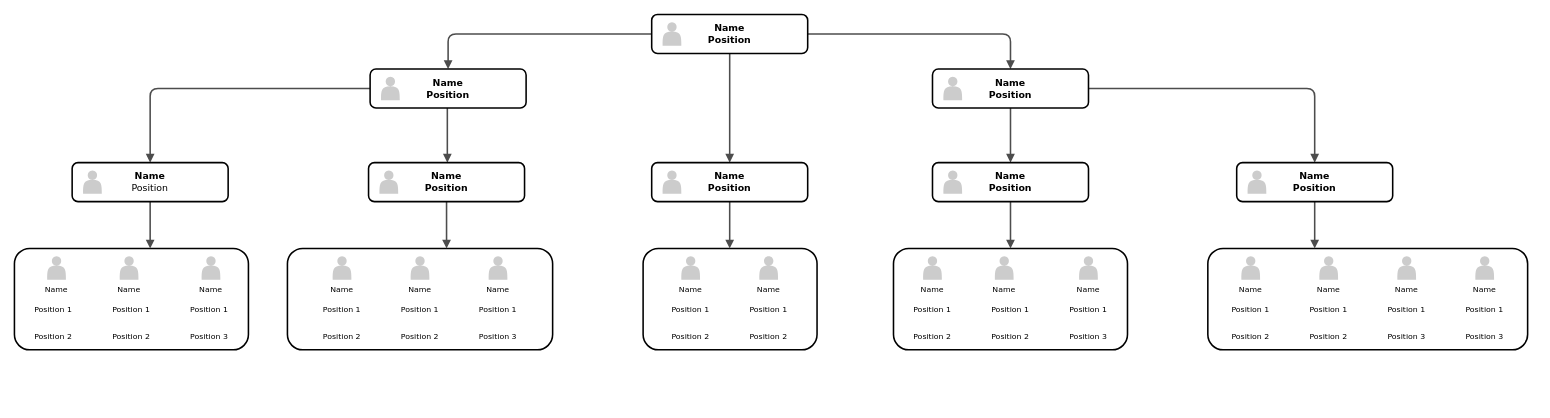
This is vcenter topo.drawio from shariashaari/Diagrams, a draw.io file, before an edit. Source tidied: cells renumbered, new cells numbered last; positions are measured from the earlier drawing's top-left corner, leaving out a move shared by most shapes. Both pictures are drawn from the tidied source at 78%, with x=0, y=0 at pixel (14, 14).
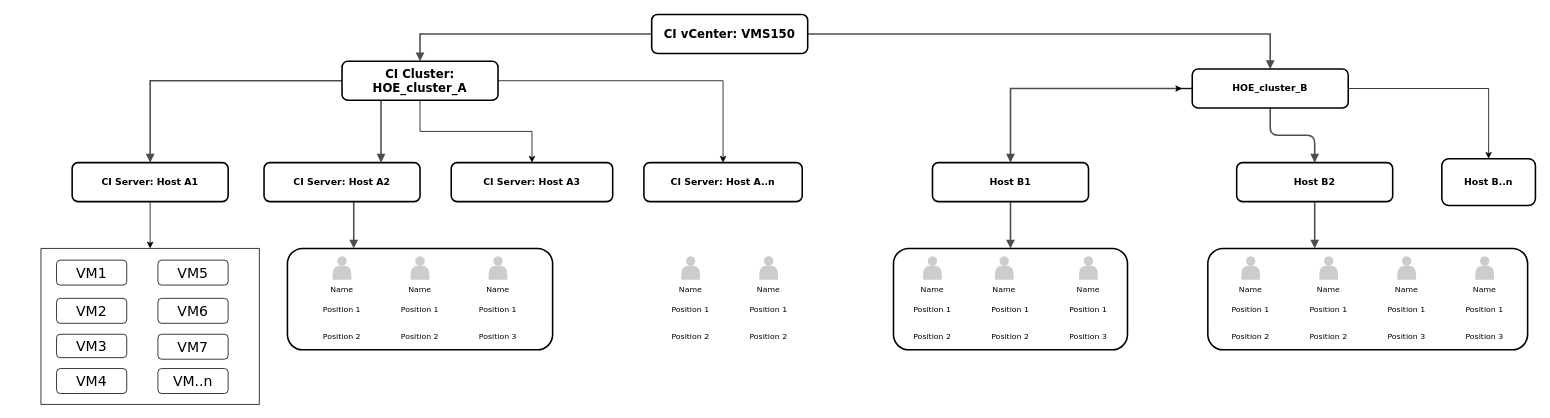
The same page after the edit.

Change to the diagram source:
```diff
@@
-    <mxCell id="2" style="whiteSpace=wrap;html=1;rounded=1;shadow=0;comic=0;strokeWidth=2;fontFamily=Verdana;align=center;fontSize=10;" parent="1" vertex="1">
-      <mxGeometry y="300" width="300" height="130" as="geometry" />
-    </mxCell>
-    <mxCell id="3" value="Name" style="shape=actor;whiteSpace=wrap;html=1;rounded=0;shadow=0;comic=0;strokeWidth=1;fillColor=#CCCCCC;fontFamily=Verdana;align=center;strokeColor=none;labelPosition=center;verticalLabelPosition=bottom;verticalAlign=top;fontSize=10;" parent="1" vertex="1">
-      <mxGeometry x="42" y="310" width="24" height="30" as="geometry" />
-    </mxCell>
-    <mxCell id="4" value="Name" style="shape=actor;whiteSpace=wrap;html=1;rounded=0;shadow=0;comic=0;strokeWidth=1;fillColor=#CCCCCC;fontFamily=Verdana;align=center;strokeColor=none;labelPosition=center;verticalLabelPosition=bottom;verticalAlign=top;fontSize=10;" parent="1" vertex="1">
-      <mxGeometry x="135" y="310" width="24" height="30" as="geometry" />
-    </mxCell>
-    <mxCell id="5" value="Name" style="shape=actor;whiteSpace=wrap;html=1;rounded=0;shadow=0;comic=0;strokeWidth=1;fillColor=#CCCCCC;fontFamily=Verdana;align=center;strokeColor=none;labelPosition=center;verticalLabelPosition=bottom;verticalAlign=top;fontSize=10;" parent="1" vertex="1">
-      <mxGeometry x="240" y="310" width="24" height="30" as="geometry" />
-    </mxCell>
@@
-    <mxCell id="9" style="whiteSpace=wrap;html=1;rounded=1;shadow=0;comic=0;strokeWidth=2;fontFamily=Verdana;align=center;fontSize=10;" parent="1" vertex="1">
-      <mxGeometry x="806" y="300" width="223" height="130" as="geometry" />
-    </mxCell>
@@
-    <mxCell id="19" style="edgeStyle=orthogonalEdgeStyle;rounded=1;html=1;labelBackgroundColor=none;endArrow=block;endFill=1;strokeColor=#4D4D4D;strokeWidth=2;fontFamily=Verdana;fontSize=12;fontStyle=1;" parent="1" edge="1" source="72" target="70">
-      <mxGeometry relative="1" as="geometry" />
-    </mxCell>
-    <mxCell id="20" style="edgeStyle=orthogonalEdgeStyle;rounded=1;html=1;labelBackgroundColor=none;endArrow=block;endFill=1;strokeColor=#4D4D4D;strokeWidth=2;fontFamily=Verdana;fontSize=12;fontStyle=1;" parent="1" edge="1" source="72" target="66">
+    <mxCell id="20" style="edgeStyle=orthogonalEdgeStyle;rounded=0;html=1;labelBackgroundColor=none;endArrow=block;endFill=1;strokeColor=#4D4D4D;strokeWidth=2;fontFamily=Verdana;fontSize=12;fontStyle=1;" parent="1" edge="1" source="72" target="66">
       <mxGeometry relative="1" as="geometry" />
     </mxCell>
-    <mxCell id="21" style="edgeStyle=orthogonalEdgeStyle;rounded=1;html=1;labelBackgroundColor=none;endArrow=block;endFill=1;strokeColor=#4D4D4D;strokeWidth=2;fontFamily=Verdana;fontSize=12;fontStyle=1;" parent="1" edge="1" source="72" target="74">
+    <mxCell id="21" style="edgeStyle=orthogonalEdgeStyle;rounded=0;html=1;labelBackgroundColor=none;endArrow=block;endFill=1;strokeColor=#4D4D4D;strokeWidth=2;fontFamily=Verdana;fontSize=12;fontStyle=1;" parent="1" edge="1" source="72" target="74">
       <mxGeometry relative="1" as="geometry" />
     </mxCell>
-    <mxCell id="22" style="edgeStyle=elbowEdgeStyle;rounded=1;html=1;labelBackgroundColor=none;endArrow=block;endFill=1;strokeColor=#4D4D4D;strokeWidth=2;fontFamily=Verdana;fontSize=12;fontStyle=1;" parent="1" edge="1" source="66" target="68">
+    <mxCell id="22" style="edgeStyle=elbowEdgeStyle;rounded=0;html=1;labelBackgroundColor=none;endArrow=block;endFill=1;strokeColor=#4D4D4D;strokeWidth=2;fontFamily=Verdana;fontSize=12;fontStyle=1;" parent="1" edge="1" source="66" target="68">
       <mxGeometry relative="1" as="geometry" />
     </mxCell>
-    <mxCell id="23" style="edgeStyle=orthogonalEdgeStyle;rounded=1;html=1;labelBackgroundColor=none;endArrow=block;endFill=1;strokeColor=#4D4D4D;strokeWidth=2;fontFamily=Verdana;fontSize=12;fontStyle=1;" parent="1" edge="1" source="66" target="64">
+    <mxCell id="23" style="edgeStyle=orthogonalEdgeStyle;rounded=0;html=1;labelBackgroundColor=none;endArrow=block;endFill=1;strokeColor=#4D4D4D;strokeWidth=2;fontFamily=Verdana;fontSize=12;fontStyle=1;" parent="1" edge="1" source="66" target="64">
       <mxGeometry relative="1" as="geometry" />
     </mxCell>
@@
-    <mxCell id="25" style="edgeStyle=orthogonalEdgeStyle;rounded=1;html=1;labelBackgroundColor=none;endArrow=block;endFill=1;strokeColor=#4D4D4D;strokeWidth=2;fontFamily=Verdana;fontSize=12;fontStyle=1;" parent="1" edge="1" source="74" target="76">
+    <mxCell id="25" style="edgeStyle=orthogonalEdgeStyle;rounded=0;html=1;labelBackgroundColor=none;endArrow=block;endFill=1;strokeColor=#4D4D4D;strokeWidth=2;fontFamily=Verdana;fontSize=12;fontStyle=1;" parent="1" edge="1" source="74" target="76">
       <mxGeometry relative="1" as="geometry" />
     </mxCell>
@@
-    <mxCell id="28" style="edgeStyle=elbowEdgeStyle;rounded=1;html=1;labelBackgroundColor=none;endArrow=block;endFill=1;strokeColor=#4D4D4D;strokeWidth=2;fontFamily=Verdana;fontSize=10;" parent="1" edge="1" source="70" target="9">
-      <mxGeometry relative="1" as="geometry" />
-    </mxCell>
@@
-    <mxCell id="30" style="edgeStyle=elbowEdgeStyle;rounded=1;html=1;labelBackgroundColor=none;endArrow=block;endFill=1;strokeColor=#4D4D4D;strokeWidth=2;fontFamily=Verdana;fontSize=10;" parent="1" edge="1" source="64" target="2">
-      <mxGeometry relative="1" as="geometry" />
-    </mxCell>
-    <mxCell id="31" value="Position 1" style="text;html=1;strokeColor=none;fillColor=none;align=center;verticalAlign=middle;whiteSpace=wrap;rounded=1;shadow=0;comic=0;fontFamily=Verdana;fontSize=10;" parent="1" vertex="1">
-      <mxGeometry x="5" y="365" width="90" height="25" as="geometry" />
-    </mxCell>
-    <mxCell id="32" value="Position 1" style="text;html=1;strokeColor=none;fillColor=none;align=center;verticalAlign=middle;whiteSpace=wrap;rounded=1;shadow=0;comic=0;fontFamily=Verdana;fontSize=10;" parent="1" vertex="1">
-      <mxGeometry x="105" y="365" width="90" height="25" as="geometry" />
-    </mxCell>
-    <mxCell id="33" value="Position 1" style="text;html=1;strokeColor=none;fillColor=none;align=center;verticalAlign=middle;whiteSpace=wrap;rounded=1;shadow=0;comic=0;fontFamily=Verdana;fontSize=10;" parent="1" vertex="1">
-      <mxGeometry x="205" y="365" width="90" height="25" as="geometry" />
-    </mxCell>
-    <mxCell id="34" value="Position 2" style="text;html=1;strokeColor=none;fillColor=none;align=center;verticalAlign=middle;whiteSpace=wrap;rounded=1;shadow=0;comic=0;fontFamily=Verdana;fontSize=10;" parent="1" vertex="1">
-      <mxGeometry x="5" y="400" width="90" height="25" as="geometry" />
-    </mxCell>
-    <mxCell id="35" value="Position 2" style="text;html=1;strokeColor=none;fillColor=none;align=center;verticalAlign=middle;whiteSpace=wrap;rounded=1;shadow=0;comic=0;fontFamily=Verdana;fontSize=10;" parent="1" vertex="1">
-      <mxGeometry x="105" y="400" width="90" height="25" as="geometry" />
-    </mxCell>
-    <mxCell id="36" value="Position 3" style="text;html=1;strokeColor=none;fillColor=none;align=center;verticalAlign=middle;whiteSpace=wrap;rounded=1;shadow=0;comic=0;fontFamily=Verdana;fontSize=10;" parent="1" vertex="1">
-      <mxGeometry x="205" y="400" width="90" height="25" as="geometry" />
-    </mxCell>
@@
-    <mxCell id="64" value="&lt;span&gt;Name&lt;/span&gt;&lt;div&gt;&lt;span style=&quot;font-weight: normal&quot;&gt;Position&lt;/span&gt;&lt;/div&gt;" style="whiteSpace=wrap;html=1;rounded=1;shadow=0;comic=0;strokeWidth=2;fontFamily=Verdana;align=center;fontSize=12;fontStyle=1;" parent="1" vertex="1">
+    <mxCell id="64" value="CI Server: Host A1" style="whiteSpace=wrap;html=1;rounded=1;shadow=0;comic=0;strokeWidth=2;fontFamily=Verdana;align=center;fontSize=12;fontStyle=1;" parent="1" vertex="1">
       <mxGeometry x="74" y="190" width="200" height="50" as="geometry" />
     </mxCell>
-    <mxCell id="65" style="shape=actor;whiteSpace=wrap;html=1;rounded=0;shadow=0;comic=0;strokeWidth=1;fillColor=#CCCCCC;fontFamily=Verdana;align=center;strokeColor=none;fontSize=12;fontStyle=1;" parent="1" vertex="1">
-      <mxGeometry x="88" y="200" width="24" height="30" as="geometry" />
-    </mxCell>
+    <mxCell id="80" style="edgeStyle=orthogonalEdgeStyle;rounded=0;jettySize=auto;html=1;" parent="1" edge="1" source="66" target="84">
+      <mxGeometry relative="1" as="geometry" />
+    </mxCell>
+    <mxCell id="81" style="edgeStyle=orthogonalEdgeStyle;rounded=0;jettySize=auto;html=1;" parent="1" edge="1" source="66" target="85">
+      <mxGeometry relative="1" as="geometry" />
+    </mxCell>
-    <mxCell id="66" value="Name&lt;div&gt;&lt;span&gt;Position&lt;/span&gt;&lt;/div&gt;" style="whiteSpace=wrap;html=1;rounded=1;shadow=0;comic=0;strokeWidth=2;fontFamily=Verdana;align=center;fontSize=12;fontStyle=1;" parent="1" vertex="1">
-      <mxGeometry x="456" y="70" width="200" height="50" as="geometry" />
+    <mxCell id="66" value="CI Cluster: HOE_cluster_A" style="whiteSpace=wrap;html=1;rounded=1;shadow=0;comic=0;strokeWidth=2;fontFamily=Verdana;align=center;fontSize=15;fontStyle=1;" parent="1" vertex="1">
+      <mxGeometry x="420" y="60" width="200" height="50" as="geometry" />
     </mxCell>
-    <mxCell id="67" style="shape=actor;whiteSpace=wrap;html=1;rounded=0;shadow=0;comic=0;strokeWidth=1;fillColor=#CCCCCC;fontFamily=Verdana;align=center;strokeColor=none;fontSize=12;fontStyle=1;" parent="1" vertex="1">
-      <mxGeometry x="470" y="80" width="24" height="30" as="geometry" />
-    </mxCell>
-    <mxCell id="68" value="Name&lt;div&gt;&lt;span&gt;Position&lt;/span&gt;&lt;/div&gt;" style="whiteSpace=wrap;html=1;rounded=1;shadow=0;comic=0;strokeWidth=2;fontFamily=Verdana;align=center;fontSize=12;fontStyle=1;" parent="1" vertex="1">
-      <mxGeometry x="454" y="190" width="200" height="50" as="geometry" />
+    <mxCell id="68" value="CI Server: Host A2" style="whiteSpace=wrap;html=1;rounded=1;shadow=0;comic=0;strokeWidth=2;fontFamily=Verdana;align=center;fontSize=12;fontStyle=1;" parent="1" vertex="1">
+      <mxGeometry x="320" y="190" width="200" height="50" as="geometry" />
     </mxCell>
-    <mxCell id="69" style="shape=actor;whiteSpace=wrap;html=1;rounded=0;shadow=0;comic=0;strokeWidth=1;fillColor=#CCCCCC;fontFamily=Verdana;align=center;strokeColor=none;fontSize=12;fontStyle=1;" parent="1" vertex="1">
-      <mxGeometry x="468" y="200" width="24" height="30" as="geometry" />
-    </mxCell>
-    <mxCell id="70" value="Name&lt;div&gt;&lt;span&gt;Position&lt;/span&gt;&lt;/div&gt;" style="whiteSpace=wrap;html=1;rounded=1;shadow=0;comic=0;strokeWidth=2;fontFamily=Verdana;align=center;fontSize=12;fontStyle=1;" parent="1" vertex="1">
-      <mxGeometry x="817" y="190" width="200" height="50" as="geometry" />
-    </mxCell>
@@
-    <mxCell id="72" value="Name&lt;div&gt;&lt;span&gt;Position&lt;/span&gt;&lt;/div&gt;" style="whiteSpace=wrap;html=1;rounded=1;shadow=0;comic=0;strokeWidth=2;fontFamily=Verdana;align=center;fontSize=12;fontStyle=1;" parent="1" vertex="1">
+    <mxCell id="72" value="CI vCenter: VMS150" style="whiteSpace=wrap;html=1;rounded=1;shadow=0;comic=0;strokeWidth=2;fontFamily=Verdana;align=center;fontSize=15;fontStyle=1;" parent="1" vertex="1">
       <mxGeometry x="817" width="200" height="50" as="geometry" />
     </mxCell>
-    <mxCell id="73" style="shape=actor;whiteSpace=wrap;html=1;rounded=0;shadow=0;comic=0;strokeWidth=1;fillColor=#CCCCCC;fontFamily=Verdana;align=center;strokeColor=none;fontSize=12;fontStyle=1;" parent="1" vertex="1">
-      <mxGeometry x="831" y="10" width="24" height="30" as="geometry" />
-    </mxCell>
+    <mxCell id="82" style="edgeStyle=orthogonalEdgeStyle;rounded=0;jettySize=auto;html=1;" parent="1" edge="1" source="74" target="86">
+      <mxGeometry relative="1" as="geometry" />
+    </mxCell>
+    <mxCell id="83" style="edgeStyle=orthogonalEdgeStyle;rounded=0;jettySize=auto;html=1;" parent="1" edge="1" source="74">
+      <mxGeometry relative="1" as="geometry">
+        <mxPoint x="1497" y="95" as="targetPoint" />
+      </mxGeometry>
+    </mxCell>
-    <mxCell id="74" value="Name&lt;div&gt;&lt;span&gt;Position&lt;/span&gt;&lt;/div&gt;" style="whiteSpace=wrap;html=1;rounded=1;shadow=0;comic=0;strokeWidth=2;fontFamily=Verdana;align=center;fontSize=12;fontStyle=1;" parent="1" vertex="1">
-      <mxGeometry x="1177" y="70" width="200" height="50" as="geometry" />
+    <mxCell id="74" value="HOE_cluster_B" style="whiteSpace=wrap;html=1;rounded=1;shadow=0;comic=0;strokeWidth=2;fontFamily=Verdana;align=center;fontSize=12;fontStyle=1;" parent="1" vertex="1">
+      <mxGeometry x="1510" y="70" width="200" height="50" as="geometry" />
     </mxCell>
-    <mxCell id="75" style="shape=actor;whiteSpace=wrap;html=1;rounded=0;shadow=0;comic=0;strokeWidth=1;fillColor=#CCCCCC;fontFamily=Verdana;align=center;strokeColor=none;fontSize=12;fontStyle=1;" parent="1" vertex="1">
-      <mxGeometry x="1191" y="80" width="24" height="30" as="geometry" />
-    </mxCell>
-    <mxCell id="76" value="Name&lt;div&gt;&lt;span&gt;Position&lt;/span&gt;&lt;/div&gt;" style="whiteSpace=wrap;html=1;rounded=1;shadow=0;comic=0;strokeWidth=2;fontFamily=Verdana;align=center;fontSize=12;fontStyle=1;" parent="1" vertex="1">
+    <mxCell id="76" value="Host B1" style="whiteSpace=wrap;html=1;rounded=1;shadow=0;comic=0;strokeWidth=2;fontFamily=Verdana;align=center;fontSize=12;fontStyle=1;" parent="1" vertex="1">
       <mxGeometry x="1177" y="190" width="200" height="50" as="geometry" />
     </mxCell>
-    <mxCell id="77" style="shape=actor;whiteSpace=wrap;html=1;rounded=0;shadow=0;comic=0;strokeWidth=1;fillColor=#CCCCCC;fontFamily=Verdana;align=center;strokeColor=none;fontSize=12;fontStyle=1;" parent="1" vertex="1">
-      <mxGeometry x="1191" y="200" width="24" height="30" as="geometry" />
-    </mxCell>
-    <mxCell id="78" value="Name&lt;div&gt;&lt;span&gt;Position&lt;/span&gt;&lt;/div&gt;" style="whiteSpace=wrap;html=1;rounded=1;shadow=0;comic=0;strokeWidth=2;fontFamily=Verdana;align=center;fontSize=12;fontStyle=1;" parent="1" vertex="1">
+    <mxCell id="78" value="Host B2" style="whiteSpace=wrap;html=1;rounded=1;shadow=0;comic=0;strokeWidth=2;fontFamily=Verdana;align=center;fontSize=12;fontStyle=1;" parent="1" vertex="1">
       <mxGeometry x="1567" y="190" width="200" height="50" as="geometry" />
     </mxCell>
-    <mxCell id="79" style="shape=actor;whiteSpace=wrap;html=1;rounded=0;shadow=0;comic=0;strokeWidth=1;fillColor=#CCCCCC;fontFamily=Verdana;align=center;strokeColor=none;fontSize=12;fontStyle=1;" parent="1" vertex="1">
-      <mxGeometry x="1581" y="200" width="24" height="30" as="geometry" />
-    </mxCell>
+    <mxCell id="84" value="CI Server: Host A3" style="whiteSpace=wrap;html=1;fontFamily=Verdana;rounded=1;shadow=0;comic=0;strokeWidth=2;fontStyle=1;" parent="1" vertex="1">
+      <mxGeometry x="560" y="190" width="207" height="50" as="geometry" />
+    </mxCell>
+    <mxCell id="85" value="CI Server: Host A..n" style="whiteSpace=wrap;html=1;fontFamily=Verdana;rounded=1;shadow=0;comic=0;strokeWidth=2;fontStyle=1;" parent="1" vertex="1">
+      <mxGeometry x="807" y="190" width="203" height="50" as="geometry" />
+    </mxCell>
+    <mxCell id="86" value="Host B..n" style="whiteSpace=wrap;html=1;fontFamily=Verdana;rounded=1;shadow=0;comic=0;strokeWidth=2;fontStyle=1;" parent="1" vertex="1">
+      <mxGeometry x="1830" y="185" width="120" height="60" as="geometry" />
+    </mxCell>
+    <mxCell id="87" style="endArrow=classic;html=1;rounded=0;fontSize=18;" parent="1" edge="1" source="64" target="88">
+      <mxGeometry relative="1" as="geometry" />
+    </mxCell>
+    <mxCell id="88" style="swimlane;startSize=0;strokeColor=default;fillColor=none;" parent="1" vertex="1">
+      <mxGeometry x="34" y="300" width="280" height="200" as="geometry" />
+    </mxCell>
+    <mxCell id="34" value="VM2" style="text;html=1;strokeColor=default;fillColor=none;align=center;verticalAlign=middle;whiteSpace=wrap;rounded=1;shadow=0;comic=0;fontFamily=Verdana;fontSize=18;imageWidth=29;imageHeight=29;" parent="88" vertex="1">
+      <mxGeometry x="20" y="64" width="90" height="32" as="geometry" />
+    </mxCell>
+    <mxCell id="32" value="VM3" style="text;html=1;strokeColor=default;fillColor=none;align=center;verticalAlign=middle;whiteSpace=wrap;rounded=1;shadow=0;comic=0;fontFamily=Verdana;fontSize=18;imageWidth=29;imageHeight=29;" parent="88" vertex="1">
+      <mxGeometry x="20" y="110" width="90" height="30" as="geometry" />
+    </mxCell>
+    <mxCell id="35" value="VM4" style="text;html=1;strokeColor=default;fillColor=none;align=center;verticalAlign=middle;whiteSpace=wrap;rounded=1;shadow=0;comic=0;fontFamily=Verdana;fontSize=18;imageWidth=29;imageHeight=29;" parent="88" vertex="1">
+      <mxGeometry x="20" y="154" width="90" height="32" as="geometry" />
+    </mxCell>
+    <mxCell id="89" value="VM1" style="text;html=1;strokeColor=default;fillColor=none;align=center;verticalAlign=middle;whiteSpace=wrap;rounded=1;shadow=0;comic=0;fontFamily=Verdana;fontSize=18;imageWidth=29;imageHeight=29;" parent="88" vertex="1">
+      <mxGeometry x="20" y="15" width="90" height="32" as="geometry" />
+    </mxCell>
+    <mxCell id="90" value="VM6" style="text;html=1;strokeColor=default;fillColor=none;align=center;verticalAlign=middle;whiteSpace=wrap;rounded=1;shadow=0;comic=0;fontFamily=Verdana;fontSize=18;imageWidth=29;imageHeight=29;" parent="88" vertex="1">
+      <mxGeometry x="150" y="64" width="90" height="32" as="geometry" />
+    </mxCell>
+    <mxCell id="91" value="VM7" style="text;html=1;strokeColor=default;fillColor=none;align=center;verticalAlign=middle;whiteSpace=wrap;rounded=1;shadow=0;comic=0;fontFamily=Verdana;fontSize=18;imageWidth=29;imageHeight=29;" parent="88" vertex="1">
+      <mxGeometry x="150" y="110" width="90" height="32" as="geometry" />
+    </mxCell>
+    <mxCell id="92" value="VM..n" style="text;html=1;strokeColor=default;fillColor=none;align=center;verticalAlign=middle;whiteSpace=wrap;rounded=1;shadow=0;comic=0;fontFamily=Verdana;fontSize=18;imageWidth=29;imageHeight=29;" parent="88" vertex="1">
+      <mxGeometry x="150" y="154" width="90" height="32" as="geometry" />
+    </mxCell>
+    <mxCell id="93" value="VM5" style="text;html=1;strokeColor=default;fillColor=none;align=center;verticalAlign=middle;whiteSpace=wrap;rounded=1;shadow=0;comic=0;fontFamily=Verdana;fontSize=18;imageWidth=29;imageHeight=29;" parent="88" vertex="1">
+      <mxGeometry x="150" y="15" width="90" height="32" as="geometry" />
+    </mxCell>
```
